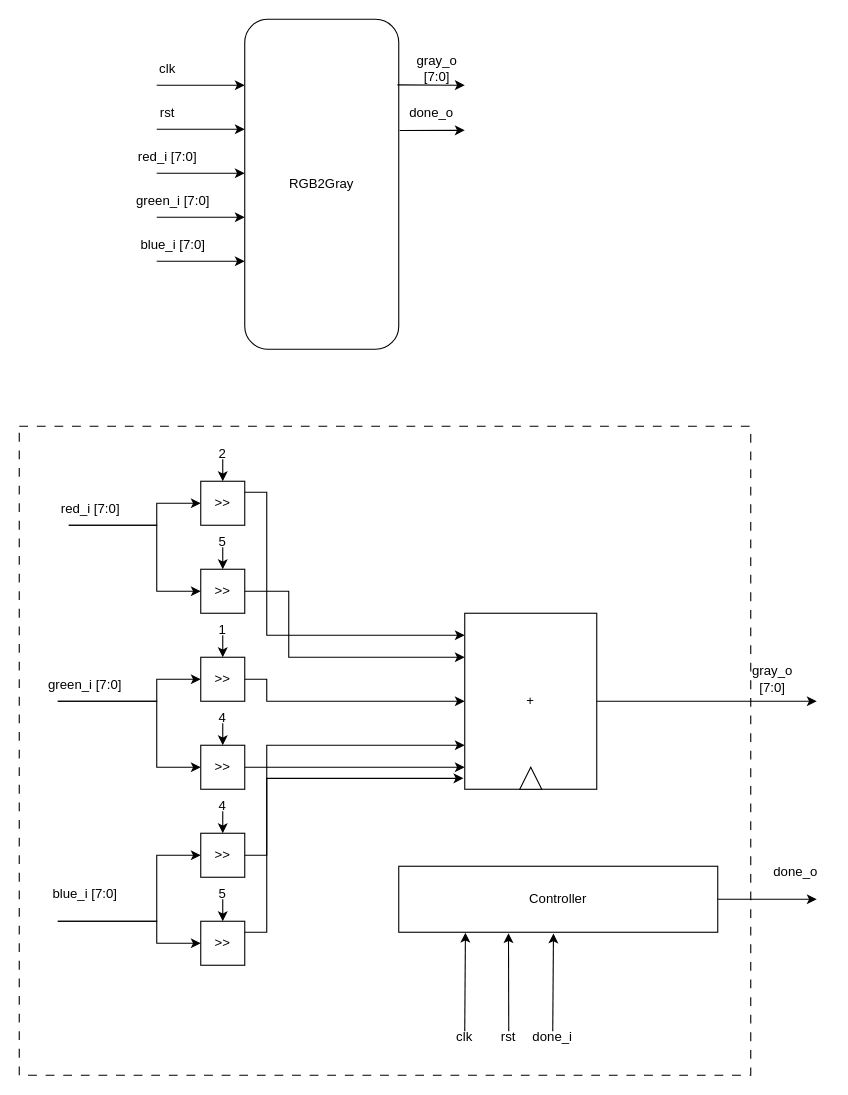
Before: Draw/InputModules/RGB2Gray.drawio in Hieuueihm/Thesis, a draw.io diagram. Source tidied: cells renumbered, new cells numbered last; positions are measured from the earlier drawing's top-left corner, leaving out a move shared by most shapes. Both pictures are drawn from the tidied source at 110%, with x=0, y=0 at pixel (19, 19).
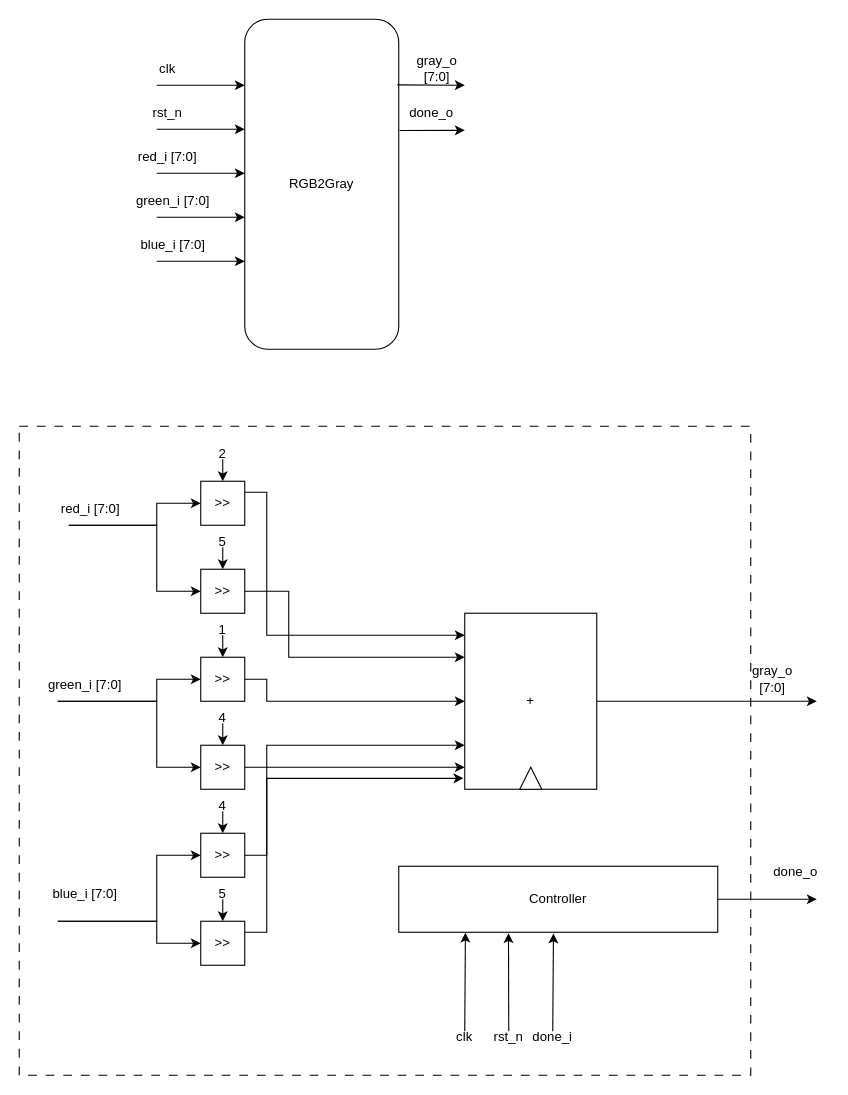
Above is the later version.

What changed in the source:
```diff
@@
-    <mxCell id="7" value="rst" style="text;html=1;align=center;verticalAlign=middle;whiteSpace=wrap;rounded=0;" parent="1" vertex="1">
+    <mxCell id="7" value="rst_n" style="text;html=1;align=center;verticalAlign=middle;whiteSpace=wrap;rounded=0;" parent="1" vertex="1">
       <mxGeometry x="105" y="70" width="60" height="30" as="geometry" />
     </mxCell>
@@
-    <mxCell id="59" value="rst" style="text;html=1;align=center;verticalAlign=middle;whiteSpace=wrap;rounded=0;" parent="1" vertex="1">
+    <mxCell id="59" value="rst_n" style="text;html=1;align=center;verticalAlign=middle;whiteSpace=wrap;rounded=0;" parent="1" vertex="1">
       <mxGeometry x="415" y="910" width="60" height="30" as="geometry" />
     </mxCell>
```
